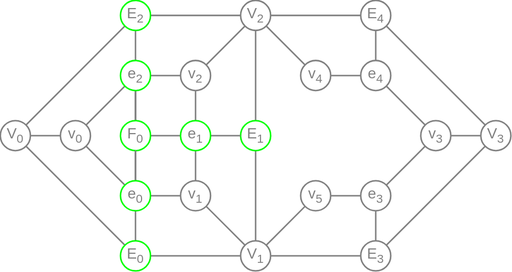
Before: wiki/MeshGraphFaceGraph.svg, a diagram exported from draw.io (YoanWithY/kayo). Source tidied: cells renumbered, new cells last; positions are measured from the earlier drawing's top-left corner, leaving out a move shared by most shapes.
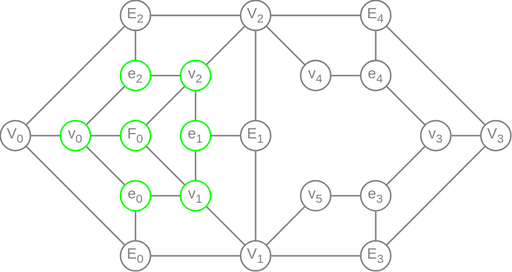
The same file after the commit.

The edit, as a diff of the source:
```diff
@@ -2,22 +2,10 @@
   <root>
     <mxCell id="0" />
     <mxCell id="1" value="FaceGraph" parent="0" />
-    <mxCell id="2" style="edgeStyle=none;html=1;fontSize=8;fontColor=#808080;rounded=0;endArrow=none;endFill=0;strokeColor=#808080;" parent="1" edge="1" source="8" target="37">
-      <mxGeometry relative="1" as="geometry" />
-    </mxCell>
-    <mxCell id="3" style="edgeStyle=none;shape=connector;rounded=0;html=1;labelBackgroundColor=default;strokeColor=#808080;fontFamily=Helvetica;fontSize=8;fontColor=#808080;endArrow=none;endFill=0;" parent="1" edge="1" source="8" target="15">
-      <mxGeometry relative="1" as="geometry" />
-    </mxCell>
-    <mxCell id="4" style="edgeStyle=none;shape=connector;rounded=0;html=1;labelBackgroundColor=default;strokeColor=#808080;fontFamily=Helvetica;fontSize=8;fontColor=#808080;endArrow=none;endFill=0;" parent="1" edge="1" source="8" target="15">
-      <mxGeometry relative="1" as="geometry" />
-    </mxCell>
-    <mxCell id="5" style="edgeStyle=none;shape=connector;rounded=0;html=1;labelBackgroundColor=default;strokeColor=#808080;fontFamily=Helvetica;fontSize=8;fontColor=#808080;endArrow=none;endFill=0;" parent="1" edge="1" source="8" target="15">
-      <mxGeometry relative="1" as="geometry" />
-    </mxCell>
-    <mxCell id="6" style="edgeStyle=none;shape=connector;rounded=0;html=1;labelBackgroundColor=default;strokeColor=#808080;fontFamily=Helvetica;fontSize=8;fontColor=#808080;endArrow=none;endFill=0;" parent="1" edge="1" source="8" target="15">
+    <mxCell id="6" style="edgeStyle=none;shape=connector;rounded=0;html=1;labelBackgroundColor=default;strokeColor=#808080;fontFamily=Helvetica;fontSize=8;fontColor=#808080;endArrow=none;endFill=0;" parent="1" edge="1" source="8" target="55">
       <mxGeometry relative="1" as="geometry" />
     </mxCell>
-    <mxCell id="7" style="edgeStyle=none;shape=connector;rounded=0;html=1;labelBackgroundColor=default;strokeColor=#808080;fontFamily=Helvetica;fontSize=8;fontColor=#808080;endArrow=none;endFill=0;" parent="1" edge="1" source="8" target="41">
+    <mxCell id="7" style="edgeStyle=none;shape=connector;rounded=0;html=1;labelBackgroundColor=default;strokeColor=#808080;fontFamily=Helvetica;fontSize=8;fontColor=#808080;endArrow=none;endFill=0;" parent="1" edge="1" source="8" target="57">
       <mxGeometry relative="1" as="geometry" />
     </mxCell>
     <mxCell id="8" value="F&lt;sub style=&quot;&quot;&gt;&lt;font style=&quot;font-size: 8px;&quot;&gt;0&lt;/font&gt;&lt;/sub&gt;" style="ellipse;whiteSpace=wrap;html=1;fontSize=10;fillColor=none;strokeColor=#00FF00;fontColor=#808080;" parent="1" vertex="1">
@@ -29,7 +17,7 @@
     <mxCell id="10" style="edgeStyle=none;shape=connector;rounded=0;html=1;labelBackgroundColor=default;strokeColor=#808080;fontFamily=Helvetica;fontSize=8;fontColor=#808080;endArrow=none;endFill=0;" parent="1" edge="1" source="11" target="20">
       <mxGeometry relative="1" as="geometry" />
     </mxCell>
-    <mxCell id="11" value="E&lt;sub style=&quot;&quot;&gt;&lt;font style=&quot;font-size: 8px;&quot;&gt;1&lt;/font&gt;&lt;/sub&gt;" style="ellipse;whiteSpace=wrap;html=1;fontSize=10;fillColor=none;strokeColor=#00FF00;fontColor=#808080;" parent="1" vertex="1">
+    <mxCell id="11" value="E&lt;sub style=&quot;&quot;&gt;&lt;font style=&quot;font-size: 8px;&quot;&gt;1&lt;/font&gt;&lt;/sub&gt;" style="ellipse;whiteSpace=wrap;html=1;fontSize=10;fillColor=none;strokeColor=#808080;fontColor=#808080;" parent="1" vertex="1">
       <mxGeometry x="160" y="80" width="20" height="20" as="geometry" />
     </mxCell>
     <mxCell id="12" style="edgeStyle=none;shape=connector;rounded=0;html=1;labelBackgroundColor=default;strokeColor=#808080;fontFamily=Helvetica;fontSize=8;fontColor=#808080;endArrow=none;endFill=0;" parent="1" edge="1" source="15" target="47">
@@ -92,10 +80,7 @@
     <mxCell id="31" value="V&lt;sub style=&quot;&quot;&gt;&lt;font style=&quot;font-size: 8px;&quot;&gt;3&lt;/font&gt;&lt;/sub&gt;" style="ellipse;whiteSpace=wrap;html=1;fontSize=10;fillColor=none;strokeColor=#808080;fontColor=#808080;" parent="1" vertex="1">
       <mxGeometry x="320" y="80" width="20" height="20" as="geometry" />
     </mxCell>
-    <mxCell id="32" style="edgeStyle=none;shape=connector;rounded=0;html=1;labelBackgroundColor=default;strokeColor=#808080;fontFamily=Helvetica;fontSize=8;fontColor=#808080;endArrow=none;endFill=0;" parent="1" edge="1" source="8" target="37">
-      <mxGeometry relative="1" as="geometry" />
-    </mxCell>
-    <mxCell id="33" style="edgeStyle=none;shape=connector;rounded=0;html=1;labelBackgroundColor=default;strokeColor=#808080;fontFamily=Helvetica;fontSize=8;fontColor=#808080;endArrow=none;endFill=0;" parent="1" edge="1" source="37" target="8">
+    <mxCell id="33" style="edgeStyle=none;shape=connector;rounded=0;html=1;labelBackgroundColor=default;strokeColor=#808080;fontFamily=Helvetica;fontSize=8;fontColor=#808080;endArrow=none;endFill=0;" parent="1" edge="1" source="56" target="8">
       <mxGeometry relative="1" as="geometry" />
     </mxCell>
     <mxCell id="34" style="edgeStyle=none;shape=connector;rounded=0;html=1;labelBackgroundColor=default;strokeColor=#808080;fontFamily=Helvetica;fontSize=8;fontColor=#808080;endArrow=none;endFill=0;" parent="1" edge="1" source="37" target="44">
@@ -128,7 +113,7 @@
     <mxCell id="43" style="edgeStyle=none;shape=connector;rounded=0;html=1;labelBackgroundColor=default;strokeColor=#808080;fontFamily=Helvetica;fontSize=8;fontColor=#808080;endArrow=none;endFill=0;" parent="1" edge="1" source="44" target="16">
       <mxGeometry relative="1" as="geometry" />
     </mxCell>
-    <mxCell id="44" value="E&lt;sub style=&quot;&quot;&gt;&lt;font style=&quot;font-size: 8px;&quot;&gt;0&lt;/font&gt;&lt;/sub&gt;" style="ellipse;whiteSpace=wrap;html=1;fontSize=10;fillColor=none;strokeColor=#00FF00;fontColor=#808080;" parent="1" vertex="1">
+    <mxCell id="44" value="E&lt;sub style=&quot;&quot;&gt;&lt;font style=&quot;font-size: 8px;&quot;&gt;0&lt;/font&gt;&lt;/sub&gt;" style="ellipse;whiteSpace=wrap;html=1;fontSize=10;fillColor=none;strokeColor=#808080;fontColor=#808080;" parent="1" vertex="1">
       <mxGeometry x="80" y="160" width="20" height="20" as="geometry" />
     </mxCell>
     <mxCell id="45" style="edgeStyle=none;shape=connector;rounded=0;html=1;labelBackgroundColor=default;strokeColor=#808080;fontFamily=Helvetica;fontSize=8;fontColor=#808080;endArrow=none;endFill=0;" parent="1" edge="1" source="47" target="16">
@@ -137,7 +122,7 @@
     <mxCell id="46" style="edgeStyle=none;shape=connector;rounded=0;html=1;labelBackgroundColor=default;strokeColor=#808080;fontFamily=Helvetica;fontSize=8;fontColor=#808080;endArrow=none;endFill=0;" parent="1" edge="1" source="47" target="23">
       <mxGeometry relative="1" as="geometry" />
     </mxCell>
-    <mxCell id="47" value="E&lt;sub style=&quot;&quot;&gt;&lt;font style=&quot;font-size: 8px;&quot;&gt;2&lt;/font&gt;&lt;/sub&gt;" style="ellipse;whiteSpace=wrap;html=1;fontSize=10;fillColor=none;strokeColor=#00FF00;fontColor=#808080;" parent="1" vertex="1">
+    <mxCell id="47" value="E&lt;sub style=&quot;&quot;&gt;&lt;font style=&quot;font-size: 8px;&quot;&gt;2&lt;/font&gt;&lt;/sub&gt;" style="ellipse;whiteSpace=wrap;html=1;fontSize=10;fillColor=none;strokeColor=#808080;fontColor=#808080;" parent="1" vertex="1">
       <mxGeometry x="80" width="20" height="20" as="geometry" />
     </mxCell>
     <mxCell id="48" style="edgeStyle=none;shape=connector;rounded=0;html=1;labelBackgroundColor=default;strokeColor=#808080;fontFamily=Helvetica;fontSize=8;fontColor=#808080;endArrow=none;endFill=0;" parent="1" edge="1" source="50" target="59">
@@ -161,13 +146,13 @@
     <mxCell id="54" style="edgeStyle=none;shape=connector;rounded=0;html=1;labelBackgroundColor=default;strokeColor=#808080;fontFamily=Helvetica;fontSize=8;fontColor=#808080;endArrow=none;endFill=0;" parent="1" edge="1" source="55" target="16">
       <mxGeometry relative="1" as="geometry" />
     </mxCell>
-    <mxCell id="55" value="v&lt;sub style=&quot;&quot;&gt;&lt;font style=&quot;font-size: 8px;&quot;&gt;0&lt;/font&gt;&lt;/sub&gt;" style="ellipse;whiteSpace=wrap;html=1;fontSize=10;fillColor=none;strokeColor=#808080;fontColor=#808080;" parent="1" vertex="1">
+    <mxCell id="55" value="v&lt;sub style=&quot;&quot;&gt;&lt;font style=&quot;font-size: 8px;&quot;&gt;0&lt;/font&gt;&lt;/sub&gt;" style="ellipse;whiteSpace=wrap;html=1;fontSize=10;fillColor=none;strokeColor=#00FF00;fontColor=#808080;" parent="1" vertex="1">
       <mxGeometry x="40" y="80" width="20" height="20" as="geometry" />
     </mxCell>
-    <mxCell id="56" value="v&lt;sub style=&quot;&quot;&gt;&lt;font style=&quot;font-size: 8px;&quot;&gt;1&lt;/font&gt;&lt;/sub&gt;" style="ellipse;whiteSpace=wrap;html=1;fontSize=10;fillColor=none;strokeColor=#808080;fontColor=#808080;" parent="1" vertex="1">
+    <mxCell id="56" value="v&lt;sub style=&quot;&quot;&gt;&lt;font style=&quot;font-size: 8px;&quot;&gt;1&lt;/font&gt;&lt;/sub&gt;" style="ellipse;whiteSpace=wrap;html=1;fontSize=10;fillColor=none;strokeColor=#00FF00;fontColor=#808080;" parent="1" vertex="1">
       <mxGeometry x="120" y="120" width="20" height="20" as="geometry" />
     </mxCell>
-    <mxCell id="57" value="v&lt;sub style=&quot;&quot;&gt;&lt;font style=&quot;font-size: 8px;&quot;&gt;2&lt;/font&gt;&lt;/sub&gt;" style="ellipse;whiteSpace=wrap;html=1;fontSize=10;fillColor=none;strokeColor=#808080;fontColor=#808080;" parent="1" vertex="1">
+    <mxCell id="57" value="v&lt;sub style=&quot;&quot;&gt;&lt;font style=&quot;font-size: 8px;&quot;&gt;2&lt;/font&gt;&lt;/sub&gt;" style="ellipse;whiteSpace=wrap;html=1;fontSize=10;fillColor=none;strokeColor=#00FF00;fontColor=#808080;" parent="1" vertex="1">
       <mxGeometry x="120" y="40" width="20" height="20" as="geometry" />
     </mxCell>
     <mxCell id="58" style="edgeStyle=none;shape=connector;rounded=0;html=1;labelBackgroundColor=default;strokeColor=#808080;fontFamily=Helvetica;fontSize=8;fontColor=#808080;endArrow=none;endFill=0;" parent="1" edge="1" source="59" target="31">
```
